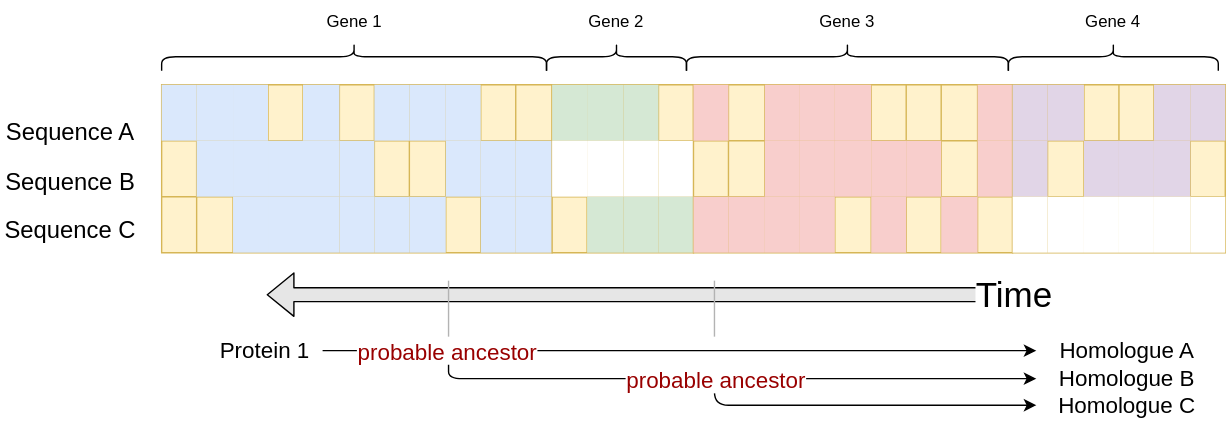
Earlier version of the draw.io export images/phylogenetic_tree.drawio.svg (khiron/dBGAlignSlides). Source tidied: cells renumbered, new cells last; positions are measured from the earlier drawing's top-left corner, leaving out a move shared by most shapes.
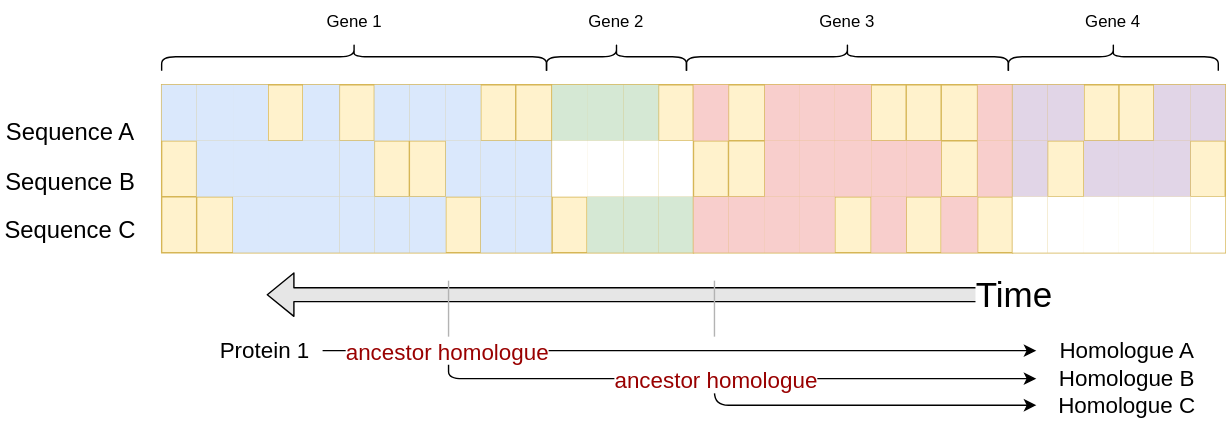
After the change.

The edit, as a diff of the source:
```diff
@@ -353,7 +353,7 @@
         <mxPoint x="740" y="250" as="targetPoint" />
       </mxGeometry>
     </mxCell>
-    <mxCell id="118" value="&amp;nbsp;probable ancestor&amp;nbsp;" style="edgeLabel;html=1;align=center;verticalAlign=middle;fontColor=#990000;fontSize=16;" parent="117" vertex="1">
+    <mxCell id="118" value="&amp;nbsp;ancestor homologue&amp;nbsp;" style="edgeLabel;html=1;align=center;verticalAlign=middle;fontColor=#990000;fontSize=16;" parent="117" vertex="1">
       <mxGeometry x="0.19" y="-3" relative="1" as="geometry">
         <mxPoint x="-215" y="-3" as="offset" />
       </mxGeometry>
@@ -412,7 +412,7 @@
         </Array>
       </mxGeometry>
     </mxCell>
-    <mxCell id="129" value="&lt;font style=&quot;font-size: 16px;&quot; color=&quot;#990000&quot;&gt;&amp;nbsp;probable ancestor&amp;nbsp;&lt;/font&gt;" style="edgeLabel;html=1;align=center;verticalAlign=middle;" parent="128" vertex="1">
+    <mxCell id="129" value="&lt;font style=&quot;font-size: 16px;&quot; color=&quot;#990000&quot;&gt;&amp;nbsp;ancestor homologue&amp;nbsp;&lt;/font&gt;" style="edgeLabel;html=1;align=center;verticalAlign=middle;" parent="128" vertex="1">
       <mxGeometry x="0.24" y="1" relative="1" as="geometry">
         <mxPoint x="-66" y="1" as="offset" />
       </mxGeometry>
```
